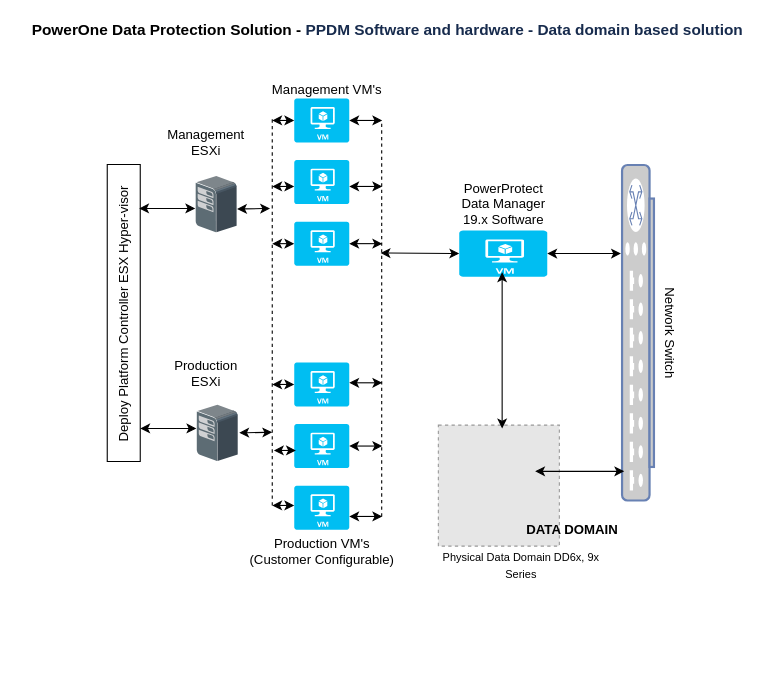
vishwa2311/PowerProtect keeps this draw.io diagram as Untitled Diagram1.drawio. Above is the earlier version. Source tidied: cells renumbered, new cells numbered last; positions are measured from the earlier drawing's top-left corner, leaving out a move shared by most shapes. Both pictures are drawn from the tidied source at 110%, with x=0, y=0 at pixel (-25, 19). Pictures stored in the file or linked from it are replaced by grey dashed boxes.
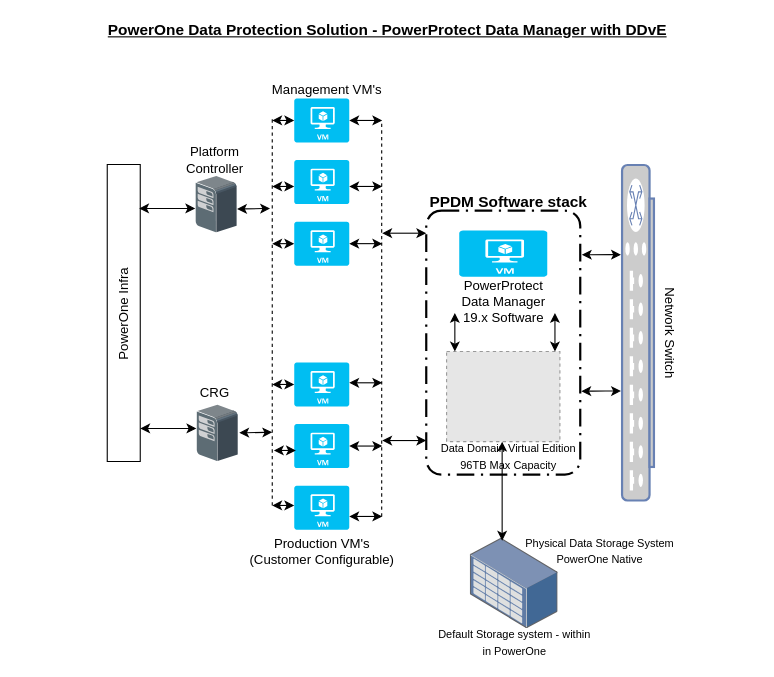
The same diagram, later.

Unchanged cells that the change refers to:
```xml
<mxCell id="28" style="verticalLabelPosition=bottom;html=1;verticalAlign=top;align=center;strokeColor=none;fillColor=#00BEF2;shape=mxgraph.azure.virtual_machine;" parent="1" vertex="1">
  <mxGeometry x="440" y="192" width="80" height="42" as="geometry" />
</mxCell>
```

Diff of the diagram source:
```diff
@@
-    <mxCell id="2" style="fillColor=#E6E6E6;strokeColor=#999999;dashed=1;html=1;verticalAlign=top;verticalLabelPosition=bottom;labelBackgroundColor=#ffffff;" parent="1" vertex="1">
-      <mxGeometry x="421" y="369" width="110" height="110" as="geometry" />
-    </mxCell>
+    <mxCell id="46" style="rounded=1;arcSize=10;dashed=1;strokeColor=#000000;fillColor=none;gradientColor=none;dashPattern=8 3 1 3;strokeWidth=2;" parent="1" vertex="1">
+      <mxGeometry x="410" y="174" width="140" height="240" as="geometry" />
+    </mxCell>
@@
-    <mxCell id="8" value="Management ESXi" style="text;html=1;strokeColor=none;fillColor=none;align=center;verticalAlign=middle;whiteSpace=wrap;rounded=0;" parent="1" vertex="1">
-      <mxGeometry x="190" y="102" width="40" height="20" as="geometry" />
+    <mxCell id="8" value="Platform Controller" style="text;html=1;strokeColor=none;fillColor=none;align=center;verticalAlign=middle;whiteSpace=wrap;rounded=0;" parent="1" vertex="1">
+      <mxGeometry x="198" y="118" width="40" height="20" as="geometry" />
     </mxCell>
@@
-    <mxCell id="11" value="Production ESXi" style="text;html=1;strokeColor=none;fillColor=none;align=center;verticalAlign=middle;whiteSpace=wrap;rounded=0;" parent="1" vertex="1">
-      <mxGeometry x="190" y="312" width="40" height="20" as="geometry" />
+    <mxCell id="11" value="CRG" style="text;html=1;strokeColor=none;fillColor=none;align=center;verticalAlign=middle;whiteSpace=wrap;rounded=0;" parent="1" vertex="1">
+      <mxGeometry x="198" y="330" width="40" height="20" as="geometry" />
     </mxCell>
@@
-    <mxCell id="16" value="Deploy Platform Controller ESX Hyper-visor" style="text;html=1;strokeColor=none;fillColor=none;align=center;verticalAlign=middle;whiteSpace=wrap;rounded=0;rotation=-90;" parent="1" vertex="1">
+    <mxCell id="16" value="PowerOne Infra" style="text;html=1;strokeColor=none;fillColor=none;align=center;verticalAlign=middle;whiteSpace=wrap;rounded=0;rotation=-90;" parent="1" vertex="1">
       <mxGeometry x="2" y="253" width="266" height="30" as="geometry" />
     </mxCell>
@@
+    <mxCell id="47" style="fillColor=#E6E6E6;strokeColor=#999999;dashed=1;verticalLabelPosition=bottom;labelBackgroundColor=#ffffff;verticalAlign=top;" parent="1" vertex="1">
+      <mxGeometry x="428.5" y="302" width="103" height="82" as="geometry" />
+    </mxCell>
@@
+    <mxCell id="48" style="endArrow=classic;startArrow=classic;html=1;entryX=1.007;entryY=0.684;entryDx=0;entryDy=0;entryPerimeter=0;" parent="1" edge="1" target="46">
+      <mxGeometry relative="1" as="geometry">
+        <mxPoint x="587" y="338" as="sourcePoint" />
+        <Array as="points">
+          <mxPoint x="565" y="338" />
+        </Array>
+      </mxGeometry>
+    </mxCell>
@@
-    <mxCell id="31" style="endArrow=classic;startArrow=classic;html=1;entryX=1;entryY=0.5;entryDx=0;entryDy=0;entryPerimeter=0;" parent="1" edge="1" target="28">
+    <mxCell id="31" style="endArrow=classic;startArrow=classic;html=1;entryX=1.01;entryY=0.167;entryDx=0;entryDy=0;entryPerimeter=0;" parent="1" edge="1" target="46">
       <mxGeometry relative="1" as="geometry">
-        <mxPoint x="587" y="213" as="sourcePoint" />
+        <mxPoint x="587" y="214" as="sourcePoint" />
       </mxGeometry>
     </mxCell>
     <mxCell id="32" value="PowerProtect Data Manager 19.x Software" style="text;html=1;strokeColor=none;fillColor=none;align=center;verticalAlign=middle;whiteSpace=wrap;rounded=0;" parent="1" vertex="1">
-      <mxGeometry x="432.5" y="158" width="95" height="20" as="geometry" />
+      <mxGeometry x="432.5" y="247" width="95" height="20" as="geometry" />
     </mxCell>
+    <mxCell id="49" value="&lt;font style=&quot;font-size: 10px&quot;&gt;Data Domain Virtual Edition 96TB Max Capacity&lt;/font&gt;" style="text;html=1;strokeColor=none;fillColor=none;align=center;verticalAlign=middle;whiteSpace=wrap;rounded=0;" parent="1" vertex="1">
+      <mxGeometry x="420" y="392" width="130" height="10" as="geometry" />
+    </mxCell>
-    <mxCell id="33" value="&lt;font&gt;&lt;font style=&quot;font-size: 14px&quot;&gt;&lt;b&gt;PowerOne Data Protection Solution -&amp;nbsp;&lt;/b&gt;&lt;strong style=&quot;color: rgb(23 , 43 , 77) ; text-align: left&quot;&gt;PPDM Software and hardware - Data domain based solution&lt;/strong&gt;&lt;/font&gt;&lt;u style=&quot;font-size: 14px&quot;&gt;&lt;b&gt;&lt;br&gt;&lt;/b&gt;&lt;/u&gt;&lt;/font&gt;" style="text;html=1;strokeColor=none;fillColor=none;align=center;verticalAlign=middle;whiteSpace=wrap;rounded=0;" parent="1" vertex="1">
+    <mxCell id="33" value="&lt;font style=&quot;font-size: 14px&quot;&gt;&lt;u&gt;&lt;b&gt;PowerOne Data Protection Solution - PowerProtect Data Manager with DDvE&lt;/b&gt;&lt;/u&gt;&lt;/font&gt;" style="text;html=1;strokeColor=none;fillColor=none;align=center;verticalAlign=middle;whiteSpace=wrap;rounded=0;" parent="1" vertex="1">
       <mxGeometry x="40" width="670" height="20" as="geometry" />
     </mxCell>
+    <mxCell id="50" style="endArrow=classic;startArrow=classic;html=1;" parent="1" edge="1">
+      <mxGeometry relative="1" as="geometry">
+        <mxPoint x="370" y="383" as="sourcePoint" />
+        <mxPoint x="410" y="383" as="targetPoint" />
+      </mxGeometry>
+    </mxCell>
@@
-    <mxCell id="35" style="endArrow=classic;startArrow=classic;html=1;entryX=0;entryY=0.5;entryDx=0;entryDy=0;entryPerimeter=0;" parent="1" edge="1" target="28">
+    <mxCell id="35" style="endArrow=classic;startArrow=classic;html=1;" parent="1" edge="1">
       <mxGeometry relative="1" as="geometry">
-        <mxPoint x="368.5" y="212.5" as="sourcePoint" />
+        <mxPoint x="370" y="194.5" as="sourcePoint" />
+        <mxPoint x="410" y="194.5" as="targetPoint" />
       </mxGeometry>
     </mxCell>
@@
+    <mxCell id="51" value="&lt;b&gt;&lt;font style=&quot;font-size: 14px&quot;&gt;PPDM Software stack&lt;/font&gt;&lt;/b&gt;" style="text;html=1;strokeColor=none;fillColor=none;align=center;verticalAlign=middle;whiteSpace=wrap;rounded=0;" parent="1" vertex="1">
+      <mxGeometry x="410" y="156" width="150" height="20" as="geometry" />
+    </mxCell>
+    <mxCell id="52" style="endArrow=classic;startArrow=classic;html=1;entryX=0.5;entryY=1;entryDx=0;entryDy=0;exitX=0.5;exitY=0;exitDx=0;exitDy=0;" parent="1" edge="1">
+      <mxGeometry relative="1" as="geometry">
+        <mxPoint x="527" y="302" as="sourcePoint" />
+        <mxPoint x="527" y="267" as="targetPoint" />
+      </mxGeometry>
+    </mxCell>
+    <mxCell id="53" style="endArrow=classic;startArrow=classic;html=1;entryX=0.5;entryY=1;entryDx=0;entryDy=0;exitX=0.5;exitY=0;exitDx=0;exitDy=0;" parent="1" edge="1">
+      <mxGeometry relative="1" as="geometry">
+        <mxPoint x="436" y="302" as="sourcePoint" />
+        <mxPoint x="436" y="267" as="targetPoint" />
+      </mxGeometry>
+    </mxCell>
+    <mxCell id="54" style="html=1;align=center;shadow=0;dashed=0;image;image=img/lib/allied_telesis/storage/Datacenter_Server_Storage_Unit_Large.svg;" parent="1" vertex="1">
+      <mxGeometry x="450" y="472" width="80" height="82" as="geometry" />
+    </mxCell>
     <mxCell id="42" style="endArrow=classic;startArrow=classic;html=1;" parent="1" edge="1">
       <mxGeometry relative="1" as="geometry">
-        <mxPoint x="479" y="230" as="sourcePoint" />
-        <mxPoint x="479" y="372" as="targetPoint" />
+        <mxPoint x="479" y="384" as="sourcePoint" />
+        <mxPoint x="479" y="474" as="targetPoint" />
       </mxGeometry>
     </mxCell>
+    <mxCell id="55" value="&lt;font style=&quot;font-size: 10px&quot;&gt;Physical Data Storage System PowerOne Native&lt;/font&gt;" style="text;html=1;strokeColor=none;fillColor=none;align=center;verticalAlign=middle;whiteSpace=wrap;rounded=0;rotation=0;" parent="1" vertex="1">
+      <mxGeometry x="495" y="474" width="146" height="18" as="geometry" />
+    </mxCell>
-    <mxCell id="43" value="&lt;font style=&quot;font-size: 12px&quot;&gt;&lt;b&gt;DATA DOMAIN&lt;/b&gt;&lt;/font&gt;" style="text;html=1;strokeColor=none;fillColor=none;align=center;verticalAlign=middle;whiteSpace=wrap;rounded=0;rotation=0;" parent="1" vertex="1">
-      <mxGeometry x="496.5" y="444" width="92" height="40" as="geometry" />
+    <mxCell id="43" value="&lt;font style=&quot;font-size: 10px&quot;&gt;Default Storage system - within in PowerOne&lt;/font&gt;" style="text;html=1;strokeColor=none;fillColor=none;align=center;verticalAlign=middle;whiteSpace=wrap;rounded=0;rotation=0;" parent="1" vertex="1">
+      <mxGeometry x="416.5" y="554" width="147" height="24" as="geometry" />
     </mxCell>
-    <mxCell id="44" value="&lt;span style=&quot;font-size: 10px&quot;&gt;Physical Data Domain DD6x, 9x Series&lt;/span&gt;" style="text;html=1;strokeColor=none;fillColor=none;align=center;verticalAlign=middle;whiteSpace=wrap;rounded=0;rotation=0;" parent="1" vertex="1">
-      <mxGeometry x="423" y="484" width="147" height="24" as="geometry" />
-    </mxCell>
-    <mxCell id="45" style="endArrow=classic;startArrow=classic;html=1;" parent="1" edge="1">
-      <mxGeometry relative="1" as="geometry">
-        <mxPoint x="509" y="411" as="sourcePoint" />
-        <mxPoint x="590" y="411" as="targetPoint" />
-      </mxGeometry>
-    </mxCell>
```
